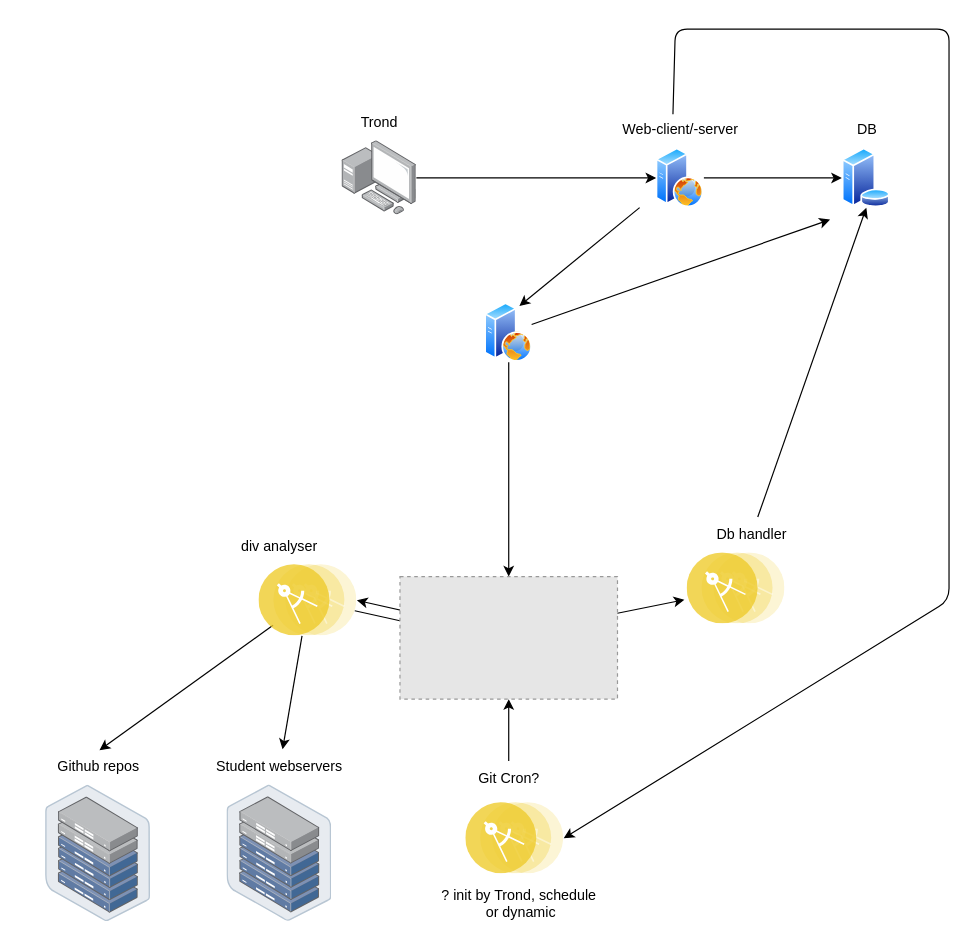
Above: page "Page-1" (1 of 2) of arch.drawio in Vetleskrett/flexilyzer (draw.io), before the change. Source tidied: cells renumbered, new cells numbered last; positions are measured from the earlier drawing's top-left corner, leaving out a move shared by most shapes. Both pictures are drawn from the tidied source at 119%, with x=0, y=0 at pixel (20, 29). Pictures stored in the file or linked from it are replaced by grey dashed boxes.
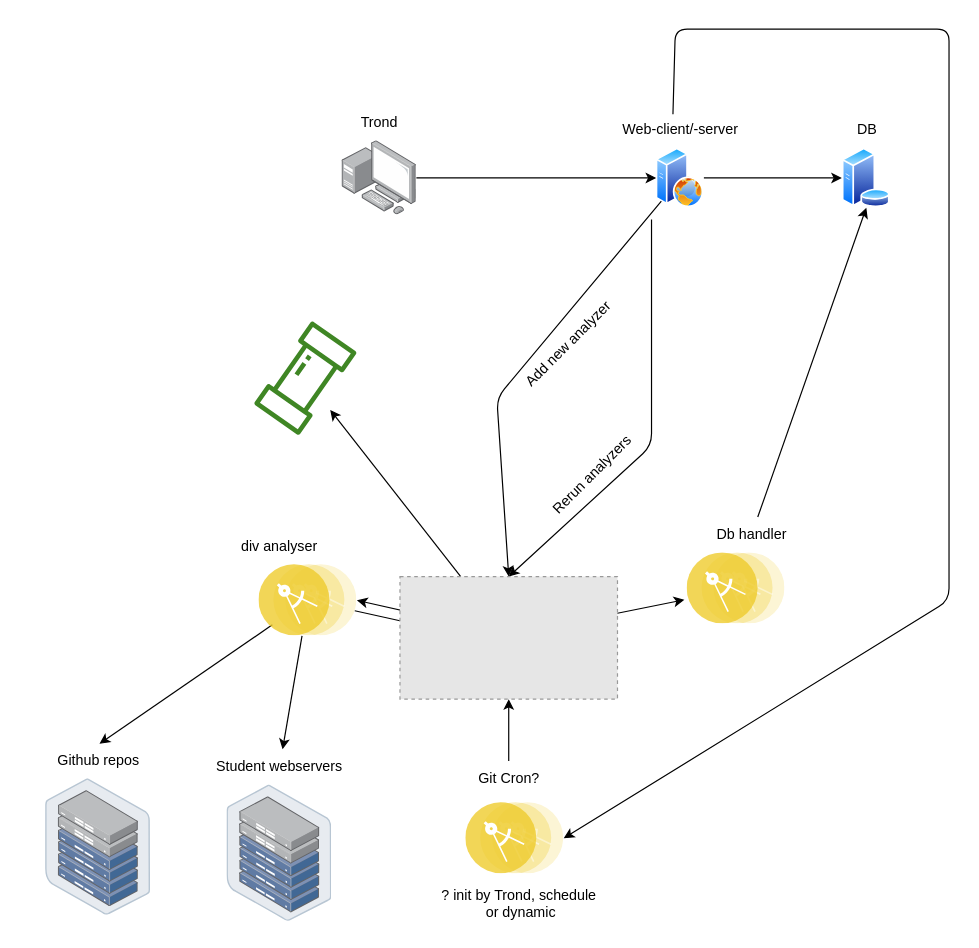
The same page after the edit.

The change refers to these unchanged cells:
```xml
<mxCell id="10" style="perimeter=ellipsePerimeter;html=1;align=center;shadow=0;dashed=0;spacingTop=3;image;image=img/lib/active_directory/web_server.svg;" parent="1" vertex="1">
  <mxGeometry x="534" y="100" width="40" height="50" as="geometry" />
</mxCell>
<mxCell id="35" style="fillColor=#E6E6E6;strokeColor=#999999;dashed=1;verticalLabelPosition=bottom;verticalAlign=top;" parent="1" vertex="1">
  <mxGeometry x="318.6" y="460" width="182.8" height="103" as="geometry" />
</mxCell>
```

The edit, as a diff of the source:
```diff
@@
-    <mxCell id="4" style="edgeStyle=none;html=1;entryX=0.75;entryY=0;entryDx=0;entryDy=0;" parent="1" edge="1" target="34">
+    <mxCell id="4" style="edgeStyle=none;html=1;entryX=0.5;entryY=0;entryDx=0;entryDy=0;" parent="1" edge="1" target="35">
       <mxGeometry relative="1" as="geometry">
-        <mxPoint x="520" y="150" as="sourcePoint" />
+        <mxPoint x="530" y="160" as="sourcePoint" />
+        <Array as="points">
+          <mxPoint x="530" y="350" />
+        </Array>
       </mxGeometry>
     </mxCell>
@@
+    <mxCell id="36" style="edgeStyle=none;html=1;exitX=0;exitY=1;exitDx=0;exitDy=0;entryX=0.5;entryY=0;entryDx=0;entryDy=0;" parent="1" edge="1" source="10" target="35">
+      <mxGeometry relative="1" as="geometry">
+        <Array as="points">
+          <mxPoint x="400" y="310" />
+        </Array>
+      </mxGeometry>
+    </mxCell>
@@
     <mxCell id="29" style="group;" parent="1" vertex="1">
-      <mxGeometry y="605.4" width="130" height="149.6" as="geometry" />
+      <mxGeometry y="600" width="130" height="149.6" as="geometry" />
     </mxCell>
@@
-    <mxCell id="32" style="edgeStyle=none;html=1;entryX=0.5;entryY=0;entryDx=0;entryDy=0;" parent="1" edge="1" source="34" target="35">
-      <mxGeometry relative="1" as="geometry" />
-    </mxCell>
-    <mxCell id="33" style="edgeStyle=none;html=1;" parent="1" edge="1" source="34">
-      <mxGeometry relative="1" as="geometry">
-        <mxPoint x="680" y="160" as="targetPoint" />
-      </mxGeometry>
-    </mxCell>
-    <mxCell id="34" style="perimeter=ellipsePerimeter;html=1;align=center;shadow=0;dashed=0;spacingTop=3;image;image=img/lib/active_directory/web_server.svg;" parent="1" vertex="1">
-      <mxGeometry x="390" y="230" width="40" height="50" as="geometry" />
-    </mxCell>
+    <mxCell id="37" style="edgeStyle=none;html=1;" parent="1" edge="1" source="35">
+      <mxGeometry relative="1" as="geometry">
+        <mxPoint x="260" y="320" as="targetPoint" />
+      </mxGeometry>
+    </mxCell>
@@
+    <mxCell id="38" value="Rerun analyzers&lt;br&gt;" style="text;html=1;align=center;verticalAlign=middle;strokeColor=none;fillColor=none;rotation=-45;" parent="1" vertex="1">
+      <mxGeometry x="425" y="360" width="110" height="30" as="geometry" />
+    </mxCell>
+    <mxCell id="39" style="sketch=0;fontColor=#232F3E;gradientColor=none;fillColor=#3F8624;strokeColor=none;dashed=0;verticalLabelPosition=bottom;verticalAlign=top;align=center;html=1;fontSize=12;fontStyle=0;shape=mxgraph.aws4.iot_analytics_pipeline;rotation=-55;" parent="1" vertex="1">
+      <mxGeometry x="195.8" y="270" width="86.6" height="46.6" as="geometry" />
+    </mxCell>
+    <mxCell id="40" value="Add new analyzer" style="text;html=1;align=center;verticalAlign=middle;strokeColor=none;fillColor=none;rotation=-45;" parent="1" vertex="1">
+      <mxGeometry x="400" y="250" width="120" height="30" as="geometry" />
+    </mxCell>
```
